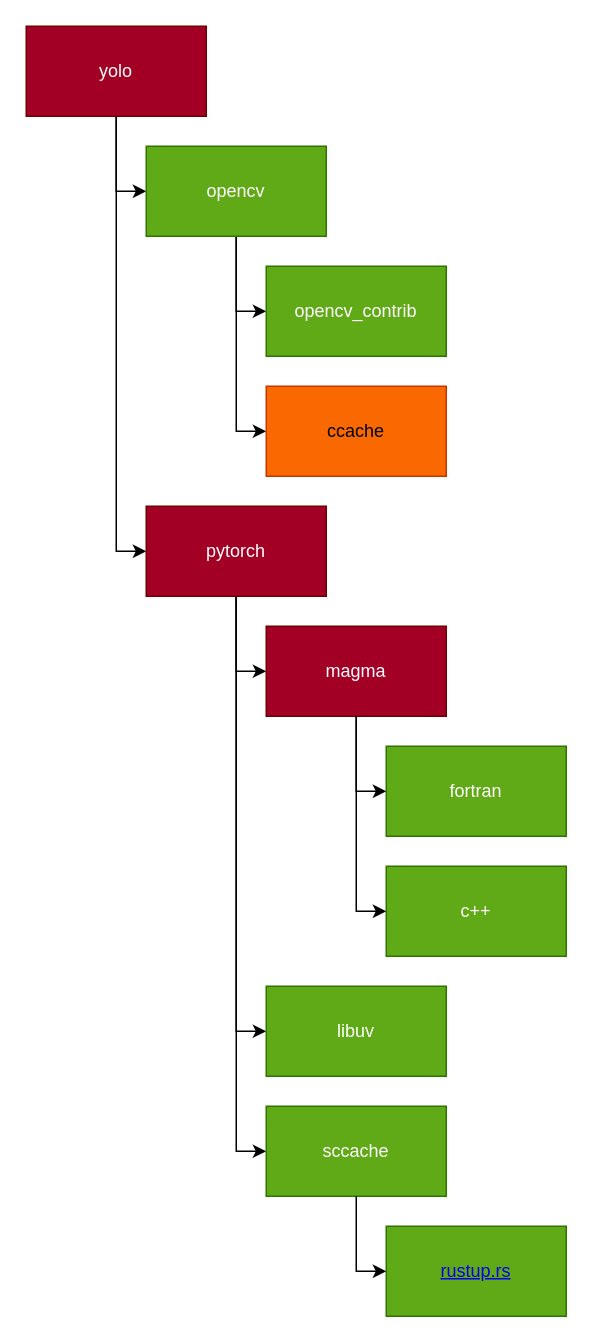
nVietUK/nVietUK keeps this draw.io diagram as Yolo_dependence.drawio. Above is the earlier version. Source tidied: cells renumbered, new cells numbered last; positions are measured from the earlier drawing's top-left corner, leaving out a move shared by most shapes. Both pictures are drawn from the tidied source at 150%, with x=0, y=0 at pixel (26, 26).
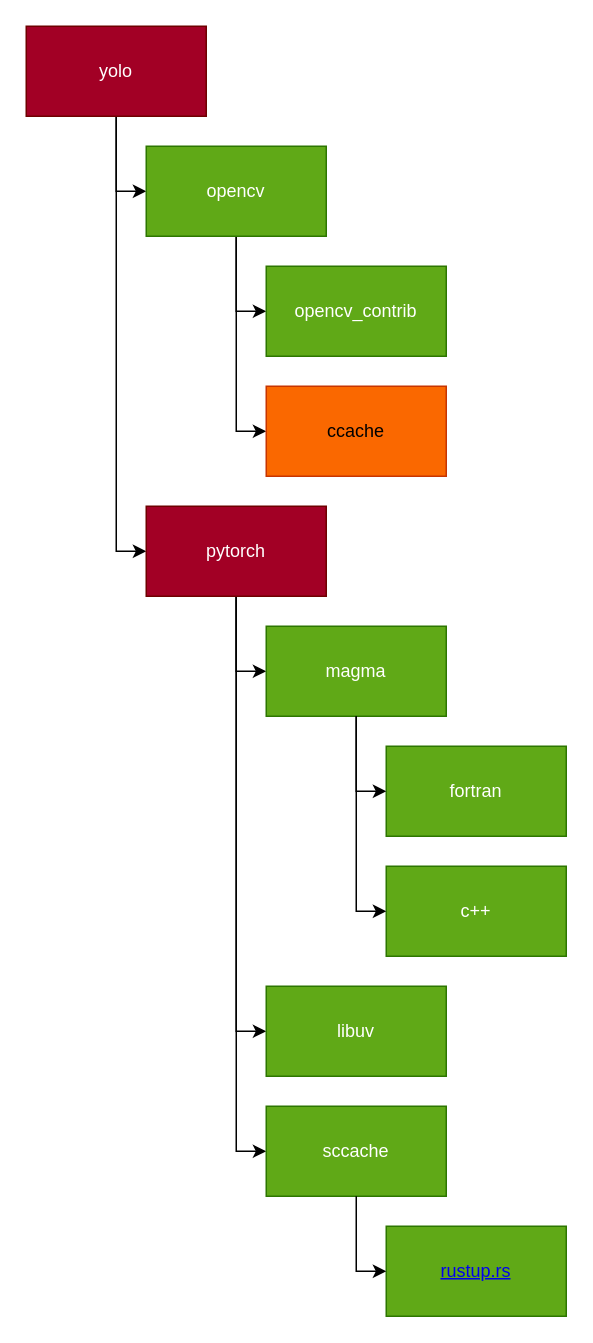
The same diagram, later.

The change refers to these unchanged cells:
```xml
<mxCell id="15" style="group;" parent="1" vertex="1">
  <mxGeometry x="160" y="400" width="200" height="220" as="geometry" />
</mxCell>
```

Diff of the diagram source:
```diff
@@
-    <mxCell id="16" value="magma" style="whiteSpace=wrap;html=1;fillColor=#a20025;strokeColor=#6F0000;fontColor=#ffffff;rounded=0;" parent="15" vertex="1">
+    <mxCell id="16" value="magma" style="whiteSpace=wrap;html=1;fillColor=#60a917;strokeColor=#2D7600;fontColor=#ffffff;rounded=0;" parent="15" vertex="1">
       <mxGeometry width="120" height="60" as="geometry" />
     </mxCell>
```
